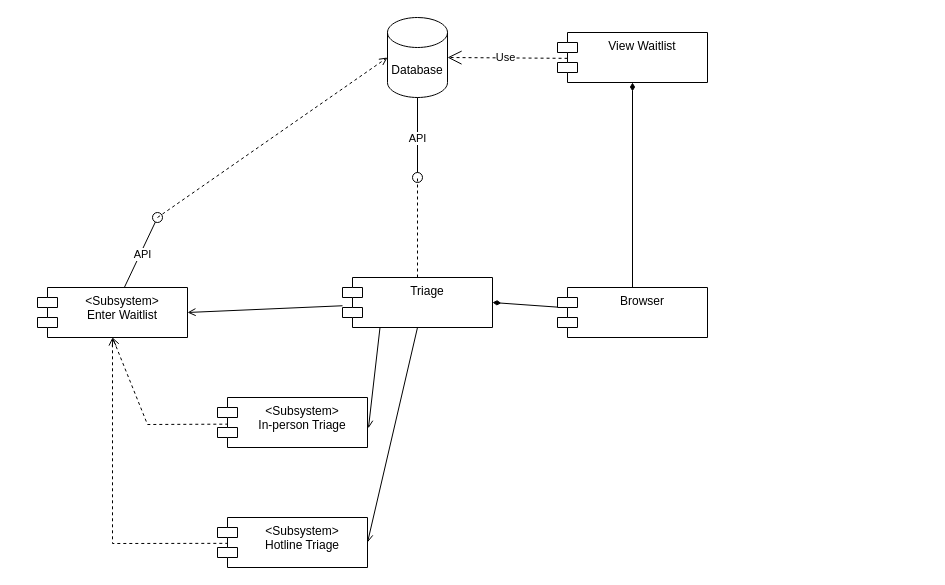
Above: images/m2_usecase1_cc.drawio in uvic-teach/project-m1-team1 (draw.io), before the change. Source tidied: cells renumbered, new cells numbered last; positions are measured from the earlier drawing's top-left corner, leaving out a move shared by most shapes. Both pictures are drawn from the tidied source at 100%, with x=0, y=0 at pixel (17, 17).
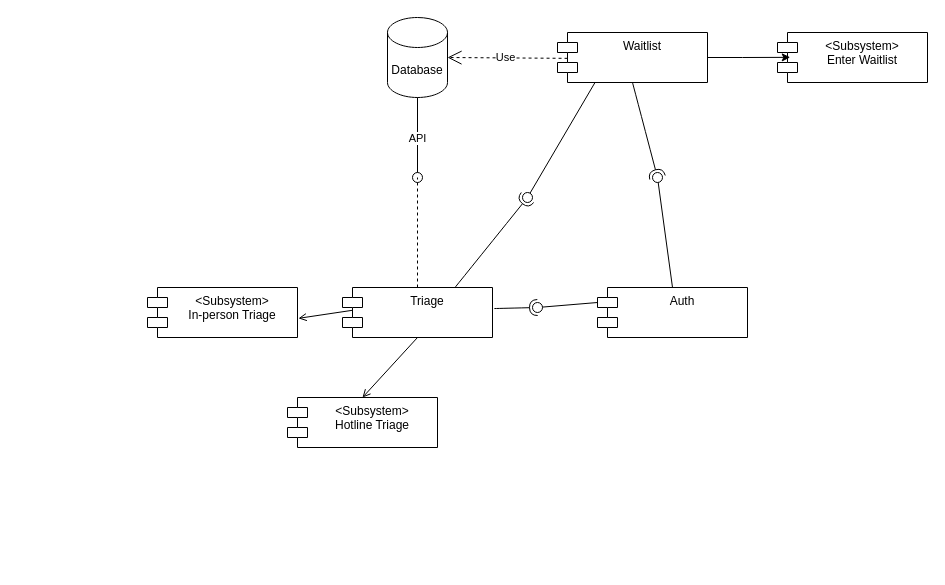
Above is the later version.

Unchanged cells that the change refers to:
```xml
<mxCell id="7" value="Database" style="shape=cylinder3;whiteSpace=wrap;html=1;boundedLbl=1;backgroundOutline=1;size=15;" parent="1" vertex="1">
  <mxGeometry x="370" width="60" height="80" as="geometry" />
</mxCell>
```

Diff of the diagram source:
```diff
@@
-    <mxCell id="2" value="&lt;div&gt;View Waitlist&lt;/div&gt;" style="shape=module;align=left;spacingLeft=20;align=center;verticalAlign=top;whiteSpace=wrap;html=1;" parent="1" vertex="1">
+    <mxCell id="2" value="&lt;div&gt;Waitlist&lt;/div&gt;" style="shape=module;align=left;spacingLeft=20;align=center;verticalAlign=top;whiteSpace=wrap;html=1;" parent="1" vertex="1">
       <mxGeometry x="540" y="15" width="150" height="50" as="geometry" />
     </mxCell>
-    <mxCell id="3" style="rounded=0;jettySize=auto;html=1;entryX=1;entryY=0.5;entryDx=0;entryDy=0;endArrow=open;endFill=0;" parent="1" edge="1" source="6" target="9">
-      <mxGeometry relative="1" as="geometry" />
-    </mxCell>
-    <mxCell id="4" style="rounded=0;jettySize=auto;html=1;exitX=0.5;exitY=1;exitDx=0;exitDy=0;entryX=1;entryY=0.5;entryDx=0;entryDy=0;endArrow=open;endFill=0;" parent="1" edge="1" source="6" target="11">
+    <mxCell id="4" style="rounded=0;jettySize=auto;html=1;exitX=0.5;exitY=1;exitDx=0;exitDy=0;entryX=0.5;entryY=0;entryDx=0;entryDy=0;endArrow=open;endFill=0;" parent="1" edge="1" source="6" target="11">
       <mxGeometry relative="1" as="geometry" />
     </mxCell>
-    <mxCell id="5" style="rounded=0;jettySize=auto;html=1;exitX=0.25;exitY=1;exitDx=0;exitDy=0;entryX=1.006;entryY=0.617;entryDx=0;entryDy=0;entryPerimeter=0;endArrow=open;endFill=0;" parent="1" edge="1" source="6" target="13">
+    <mxCell id="5" style="rounded=0;jettySize=auto;html=1;exitX=0.084;exitY=0.448;exitDx=0;exitDy=0;entryX=1.006;entryY=0.617;entryDx=0;entryDy=0;entryPerimeter=0;endArrow=open;endFill=0;exitPerimeter=0;" parent="1" edge="1" source="6" target="13">
       <mxGeometry relative="1" as="geometry" />
     </mxCell>
     <mxCell id="6" value="&lt;div&gt;Triage&lt;/div&gt;" style="shape=module;align=left;spacingLeft=20;align=center;verticalAlign=top;whiteSpace=wrap;html=1;" parent="1" vertex="1">
-      <mxGeometry x="325" y="260" width="150" height="50" as="geometry" />
+      <mxGeometry x="325" y="270" width="150" height="50" as="geometry" />
     </mxCell>
@@
     <mxCell id="9" value="&amp;lt;Subsystem&amp;gt;&lt;div&gt;Enter Waitlist&lt;br&gt;&lt;/div&gt;" style="shape=module;align=left;spacingLeft=20;align=center;verticalAlign=top;whiteSpace=wrap;html=1;" parent="1" vertex="1">
-      <mxGeometry x="20" y="270" width="150" height="50" as="geometry" />
+      <mxGeometry x="760" y="15" width="150" height="50" as="geometry" />
     </mxCell>
-    <mxCell id="10" style="rounded=0;jettySize=auto;html=1;entryX=0.5;entryY=1;entryDx=0;entryDy=0;dashed=1;exitX=0.072;exitY=0.517;exitDx=0;exitDy=0;exitPerimeter=0;endArrow=open;endFill=0;" parent="1" edge="1" source="11" target="9">
-      <mxGeometry relative="1" as="geometry">
-        <Array as="points">
-          <mxPoint x="95" y="526" />
-        </Array>
-      </mxGeometry>
-    </mxCell>
     <mxCell id="11" value="&amp;lt;Subsystem&amp;gt;&lt;div&gt;Hotline Triage&lt;br&gt;&lt;/div&gt;&lt;div&gt;&lt;br&gt;&lt;/div&gt;" style="shape=module;align=left;spacingLeft=20;align=center;verticalAlign=top;whiteSpace=wrap;html=1;" parent="1" vertex="1">
-      <mxGeometry x="200" y="500" width="150" height="50" as="geometry" />
+      <mxGeometry x="270" y="380" width="150" height="50" as="geometry" />
     </mxCell>
-    <mxCell id="12" style="rounded=0;jettySize=auto;html=1;entryX=0.5;entryY=1;entryDx=0;entryDy=0;dashed=1;exitX=0.072;exitY=0.533;exitDx=0;exitDy=0;exitPerimeter=0;endArrow=open;endFill=0;" parent="1" edge="1" source="13" target="9">
-      <mxGeometry relative="1" as="geometry">
-        <Array as="points">
-          <mxPoint x="130" y="407" />
-        </Array>
-      </mxGeometry>
-    </mxCell>
     <mxCell id="13" value="&amp;lt;Subsystem&amp;gt;&lt;div&gt;In-person Triage&lt;br&gt;&lt;/div&gt;" style="shape=module;align=left;spacingLeft=20;align=center;verticalAlign=top;whiteSpace=wrap;html=1;" parent="1" vertex="1">
-      <mxGeometry x="200" y="380" width="150" height="50" as="geometry" />
+      <mxGeometry x="130" y="270" width="150" height="50" as="geometry" />
     </mxCell>
@@
-    <mxCell id="16" style="rounded=0;jettySize=auto;html=1;entryX=0;entryY=0.5;entryDx=0;entryDy=0;entryPerimeter=0;endArrow=open;endFill=0;dashed=1;" parent="1" edge="1" target="7">
-      <mxGeometry relative="1" as="geometry">
-        <mxPoint x="140" y="200" as="sourcePoint" />
-      </mxGeometry>
-    </mxCell>
-    <mxCell id="17" style="rounded=0;jettySize=auto;html=1;endArrow=oval;endFill=0;sketch=0;sourcePerimeterSpacing=0;targetPerimeterSpacing=0;endSize=10;" parent="1" edge="1" source="9">
-      <mxGeometry relative="1" as="geometry">
-        <mxPoint x="140" y="200" as="targetPoint" />
-      </mxGeometry>
-    </mxCell>
-    <mxCell id="18" value="&lt;div&gt;API&lt;/div&gt;" style="edgeLabel;html=1;align=center;verticalAlign=middle;" parent="17" vertex="1">
-      <mxGeometry x="-0.01" y="-1" relative="1" as="geometry" />
-    </mxCell>
@@
-    <mxCell id="20" style="rounded=0;jettySize=auto;html=1;entryX=0.5;entryY=1;entryDx=0;entryDy=0;endArrow=diamondThin;endFill=1;exitX=0.5;exitY=0;exitDx=0;exitDy=0;" parent="1" edge="1" source="22" target="2">
-      <mxGeometry relative="1" as="geometry" />
-    </mxCell>
-    <mxCell id="21" style="rounded=0;jettySize=auto;html=1;entryX=1;entryY=0.5;entryDx=0;entryDy=0;endArrow=diamondThin;endFill=1;" parent="1" edge="1" source="22" target="6">
-      <mxGeometry relative="1" as="geometry" />
-    </mxCell>
-    <mxCell id="22" value="Browser" style="shape=module;align=left;spacingLeft=20;align=center;verticalAlign=top;whiteSpace=wrap;html=1;" parent="1" vertex="1">
-      <mxGeometry x="540" y="270" width="150" height="50" as="geometry" />
+    <mxCell id="22" value="&lt;div&gt;Auth&lt;/div&gt;" style="shape=module;align=left;spacingLeft=20;align=center;verticalAlign=top;whiteSpace=wrap;html=1;" parent="1" vertex="1">
+      <mxGeometry x="580" y="270" width="150" height="50" as="geometry" />
     </mxCell>
@@
+    <mxCell id="25" style="rounded=0;jettySize=auto;html=1;endArrow=oval;endFill=0;sketch=0;sourcePerimeterSpacing=0;targetPerimeterSpacing=0;endSize=10;exitX=0;exitY=0;exitDx=0;exitDy=15;exitPerimeter=0;" parent="1" edge="1" source="22">
+      <mxGeometry relative="1" as="geometry">
+        <mxPoint x="520" y="290" as="targetPoint" />
+      </mxGeometry>
+    </mxCell>
+    <mxCell id="26" style="rounded=0;jettySize=auto;html=1;endArrow=halfCircle;endFill=0;endSize=6;strokeWidth=1;sketch=0;fontSize=12;curved=1;exitX=1.012;exitY=0.421;exitDx=0;exitDy=0;exitPerimeter=0;" parent="1" edge="1" source="6">
+      <mxGeometry relative="1" as="geometry">
+        <mxPoint x="520" y="290" as="targetPoint" />
+      </mxGeometry>
+    </mxCell>
+    <mxCell id="27" style="ellipse;whiteSpace=wrap;html=1;align=center;fillColor=none;strokeColor=none;perimeter=centerPerimeter;" parent="1" vertex="1">
+      <mxGeometry x="500" y="220" width="10" height="10" as="geometry" />
+    </mxCell>
+    <mxCell id="28" style="rounded=0;jettySize=auto;html=1;endArrow=oval;endFill=0;sketch=0;sourcePerimeterSpacing=0;targetPerimeterSpacing=0;endSize=10;exitX=0.5;exitY=0;exitDx=0;exitDy=0;" parent="1" edge="1" source="22">
+      <mxGeometry relative="1" as="geometry">
+        <mxPoint x="640" y="160" as="targetPoint" />
+      </mxGeometry>
+    </mxCell>
+    <mxCell id="29" style="rounded=0;jettySize=auto;html=1;endArrow=halfCircle;endFill=0;endSize=6;strokeWidth=1;sketch=0;fontSize=12;curved=1;exitX=0.5;exitY=1;exitDx=0;exitDy=0;" parent="1" edge="1" source="2">
+      <mxGeometry relative="1" as="geometry">
+        <mxPoint x="640" y="160" as="targetPoint" />
+      </mxGeometry>
+    </mxCell>
+    <mxCell id="30" style="rounded=0;jettySize=auto;html=1;endArrow=oval;endFill=0;sketch=0;sourcePerimeterSpacing=0;targetPerimeterSpacing=0;endSize=10;exitX=0.25;exitY=1;exitDx=0;exitDy=0;" parent="1" edge="1" source="2">
+      <mxGeometry relative="1" as="geometry">
+        <mxPoint x="510" y="180" as="targetPoint" />
+      </mxGeometry>
+    </mxCell>
+    <mxCell id="31" style="rounded=0;jettySize=auto;html=1;endArrow=halfCircle;endFill=0;endSize=6;strokeWidth=1;sketch=0;fontSize=12;curved=1;exitX=0.75;exitY=0;exitDx=0;exitDy=0;" parent="1" edge="1" source="6">
+      <mxGeometry relative="1" as="geometry">
+        <mxPoint x="510" y="180" as="targetPoint" />
+      </mxGeometry>
+    </mxCell>
+    <mxCell id="32" style="edgeStyle=orthogonalEdgeStyle;rounded=0;jettySize=auto;html=1;entryX=0.085;entryY=0.497;entryDx=0;entryDy=0;entryPerimeter=0;" parent="1" edge="1" source="2" target="9">
+      <mxGeometry relative="1" as="geometry" />
+    </mxCell>
```
